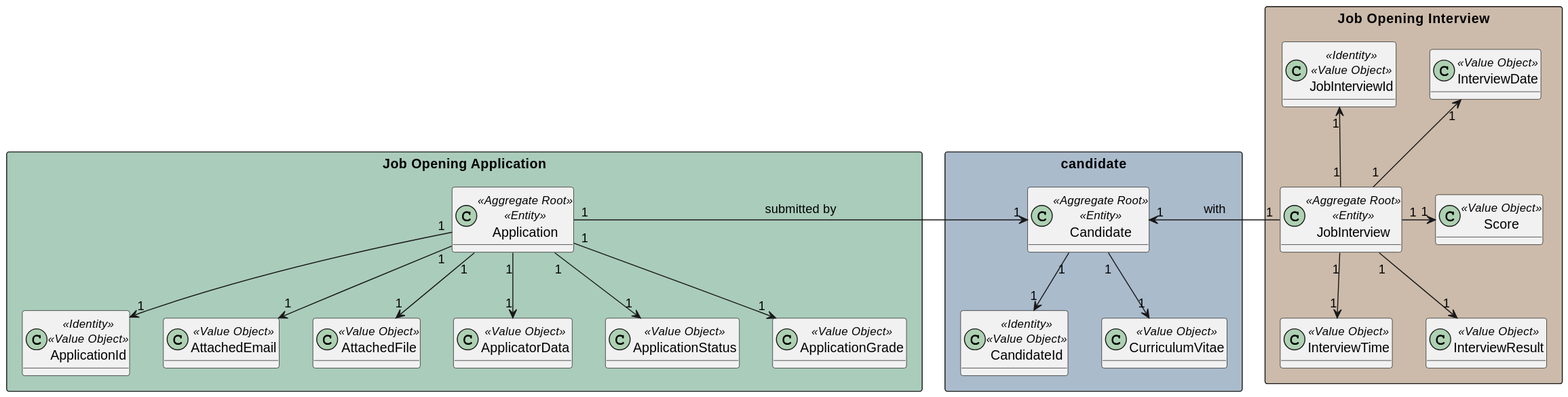
This is docs/sprintC/1014/svg/1014-domain-model.svg from marcoferreira37/Lapr4, a PlantUML export, as it was before one commit. Its diagram source:
```plantuml
@startuml

hide methods


rectangle "Job Opening Application" #aaccbb {
    class Application<<Aggregate Root>><<Entity>>{}
    class ApplicationId<<Identity>><<Value Object>>{}
    class AttachedEmail<<Value Object>>{}
    class AttachedFile<<Value Object>>{}
    class ApplicatorData<<Value Object>>{}
    class ApplicationStatus<<Value Object>>{}
    class ApplicationGrade<<Value Object>>{}
}


rectangle candidate #aabbcc{
    class Candidate<<Aggregate Root>><<Entity>>{}
    class CandidateId<<Identity>><<Value Object>>{}
    class CurriculumVitae<<Value Object>>{}
}





  rectangle "Job Opening Interview" #ccbbaa {
      class JobInterview <<Aggregate Root>><<Entity>>{}
      class JobInterviewId<<Identity>><<Value Object>>{}
      class InterviewDate<<Value Object>>{}
      class InterviewTime<<Value Object>>{}
      class Score<<Value Object>>{}
      class InterviewResult<<Value Object>>{}
  }





Candidate "1"--> "1" CandidateId
Candidate "1"--> "1" CurriculumVitae


Application "1" --> "1" ApplicationId
Application "1" --> "1" AttachedEmail
Application "1" --> "1" AttachedFile
Application "1" --> "1" ApplicatorData
Application "1" -> "1" Candidate : submitted by
Application "1" --> "1" ApplicationStatus
Application "1" --> "1" ApplicationGrade

JobInterview "1" -up-> "1" JobInterviewId
JobInterview "1" -up-> "1" InterviewDate
JobInterview "1" --> "1" InterviewTime
JobInterview "1" -> "1" Score
JobInterview "1" --> "1" InterviewResult

JobInterview "1" -> "1" Candidate : with
@enduml
```
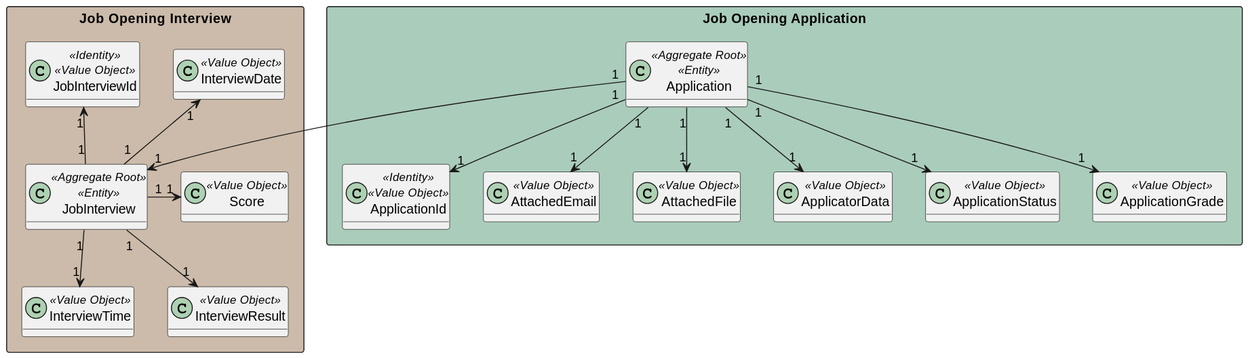
The same file after the commit.

Commit message:
#39 delete agregate Candidate from domain model

What changed in the source:
```diff
@@ -14,11 +14,6 @@
 }
 
 
-rectangle candidate #aabbcc{
-    class Candidate<<Aggregate Root>><<Entity>>{}
-    class CandidateId<<Identity>><<Value Object>>{}
-    class CurriculumVitae<<Value Object>>{}
-}
 
 
 
@@ -37,15 +32,13 @@
 
 
 
-Candidate "1"--> "1" CandidateId
-Candidate "1"--> "1" CurriculumVitae
+
 
 
 Application "1" --> "1" ApplicationId
 Application "1" --> "1" AttachedEmail
 Application "1" --> "1" AttachedFile
 Application "1" --> "1" ApplicatorData
-Application "1" -> "1" Candidate : submitted by
 Application "1" --> "1" ApplicationStatus
 Application "1" --> "1" ApplicationGrade
 
@@ -55,5 +48,5 @@
 JobInterview "1" -> "1" Score
 JobInterview "1" --> "1" InterviewResult
 
-JobInterview "1" -> "1" Candidate : with
+Application "1" --> "1" JobInterview
 @enduml
```
